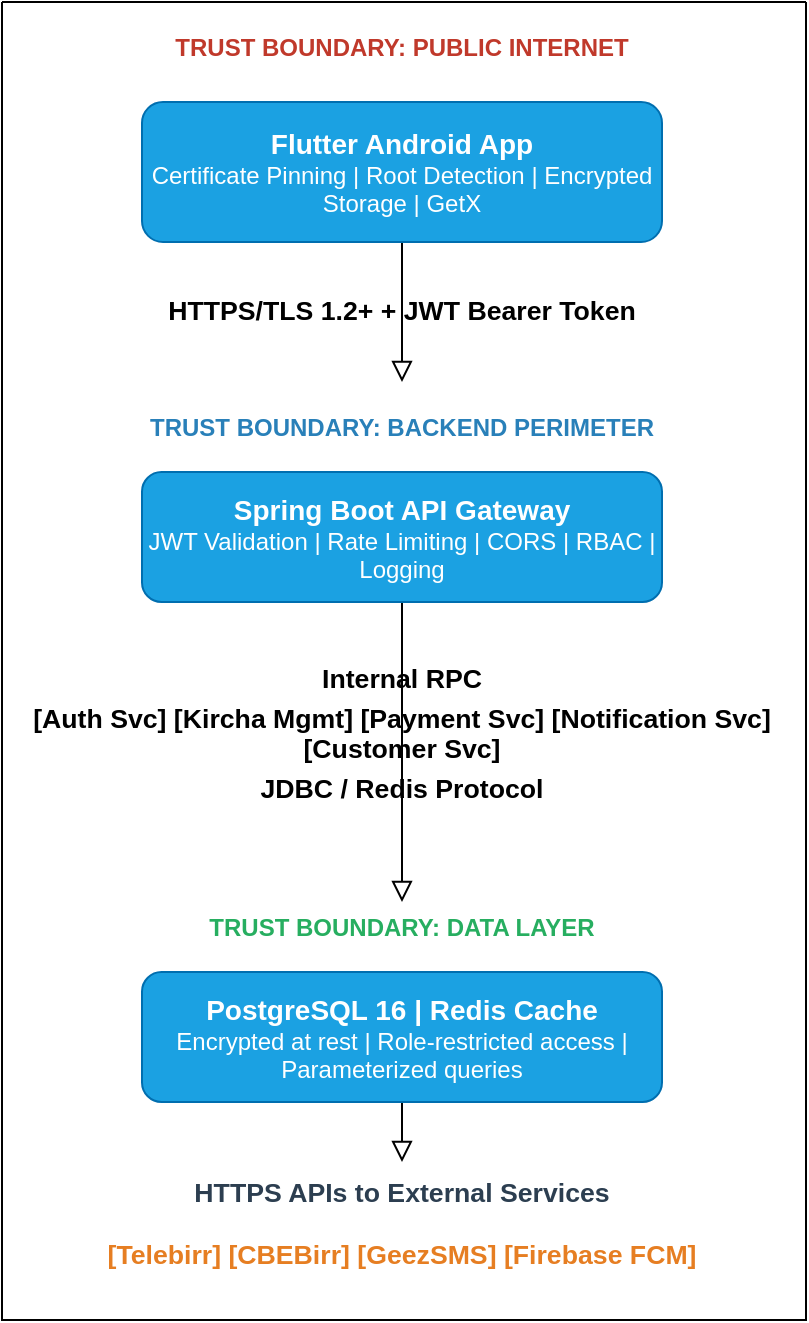
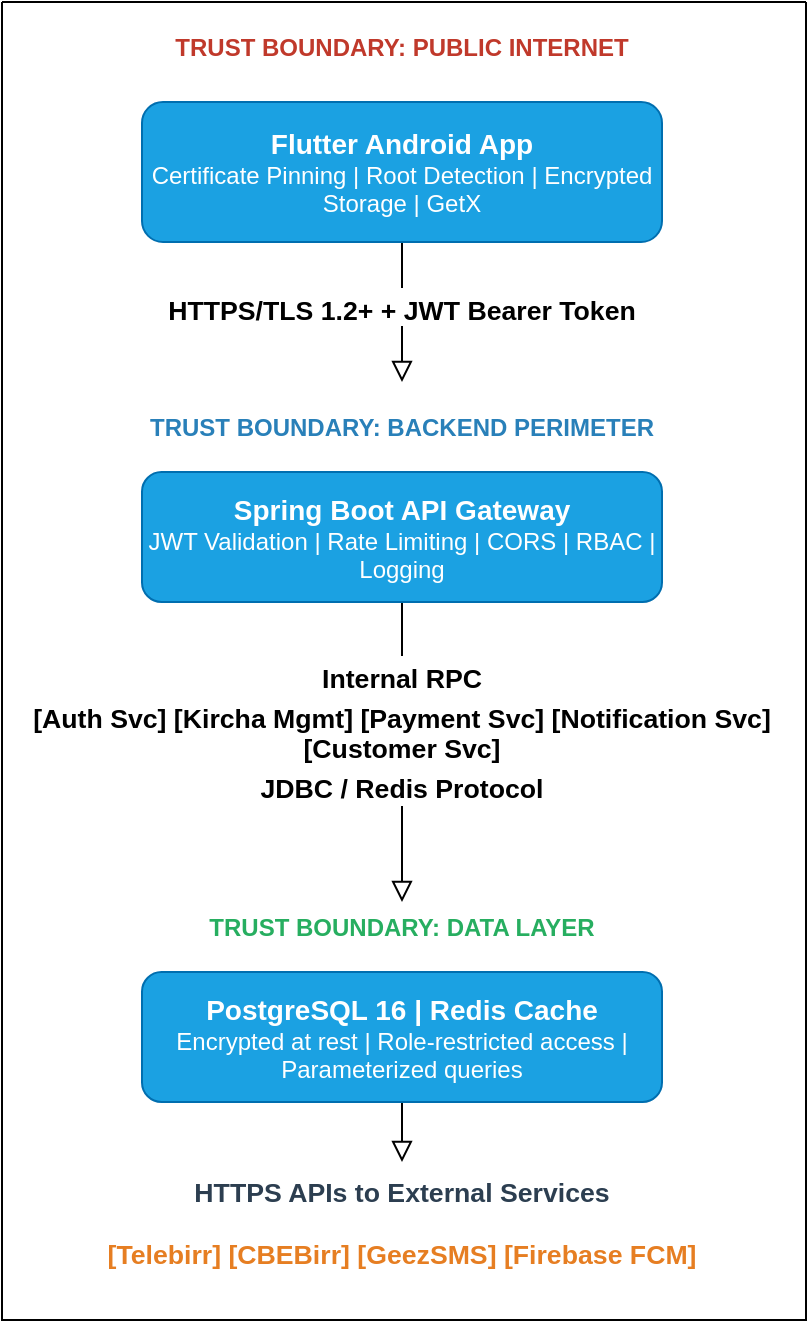
<mxfile host="app.diagrams.net">
  <diagram id="C5RBs43oDa-KdzZeNtuy" name="Page-1">
    <mxGraphModel dx="1030" dy="583" grid="0" gridSize="10" guides="1" tooltips="1" connect="1" arrows="1" fold="1" page="1" pageScale="1" pageWidth="827" pageHeight="1169" math="0" shadow="0">
      <root>
        <mxCell id="WIyWlLk6GJQsqaUBKTNV-0" />
        <mxCell id="WIyWlLk6GJQsqaUBKTNV-1" parent="WIyWlLk6GJQsqaUBKTNV-0" />
        <mxCell id="WIyWlLk6GJQsqaUBKTNV-2" edge="1" parent="WIyWlLk6GJQsqaUBKTNV-1" source="WIyWlLk6GJQsqaUBKTNV-3" style="rounded=0;html=1;jettySize=auto;orthogonalLoop=1;fontSize=11;endArrow=block;endFill=0;endSize=8;strokeWidth=1;shadow=0;labelBackgroundColor=none;edgeStyle=orthogonalEdgeStyle;entryX=0.5;entryY=0;entryDx=0;entryDy=0;" target="EC1OLnHcg-hDZEbeRDg6-5" value="">
          <mxGeometry relative="1" as="geometry">
            <mxPoint x="414" y="238" as="targetPoint" />
          </mxGeometry>
        </mxCell>
        <mxCell id="EC1OLnHcg-hDZEbeRDg6-1" connectable="0" parent="WIyWlLk6GJQsqaUBKTNV-2" style="edgeLabel;html=1;align=center;verticalAlign=middle;resizable=0;points=[];" value="&lt;p class=&quot;western&quot; align=&quot;center&quot; style=&quot;color: rgb(0, 0, 0); line-height: 14.6667px; text-align: left; margin-bottom: 0in; direction: ltr; background: transparent; font-family: Arial, serif; font-size: 11pt; white-space: normal; margin-top: 0.04in;&quot;&gt;&lt;br&gt;&lt;/p&gt;" vertex="1">
          <mxGeometry relative="1" x="-0.31" y="-2" as="geometry">
            <mxPoint x="2" y="12" as="offset" />
          </mxGeometry>
        </mxCell>
        <mxCell id="WIyWlLk6GJQsqaUBKTNV-3" parent="WIyWlLk6GJQsqaUBKTNV-1" style="rounded=1;whiteSpace=wrap;html=1;fontSize=12;glass=0;strokeWidth=1;shadow=0;fillColor=#1ba1e2;fontColor=#ffffff;strokeColor=#006EAF;" value="&lt;div&gt;&lt;b&gt;&lt;font style=&quot;font-size: 14px;&quot;&gt;Flutter Android App&lt;/font&gt;&lt;/b&gt;&lt;/div&gt;&lt;div&gt;Certificate Pinning | Root Detection | Encrypted Storage | GetX&lt;/div&gt;" vertex="1">
          <mxGeometry height="70" width="260" x="284" y="118" as="geometry" />
        </mxCell>
        <mxCell id="EC1OLnHcg-hDZEbeRDg6-0" parent="WIyWlLk6GJQsqaUBKTNV-1" style="text;html=1;whiteSpace=wrap;strokeColor=none;fillColor=none;align=center;verticalAlign=middle;rounded=0;" value="&lt;p class=&quot;western&quot; align=&quot;center&quot; style=&quot;color: rgb(0, 0, 0); line-height: 14.6667px; text-align: left; margin-bottom: 0in; direction: ltr; background: transparent; font-family: Arial, serif; font-size: 11pt;&quot;&gt;&lt;font color=&quot;#c0392b&quot;&gt;&lt;font style=&quot;font-size: 9pt;&quot;&gt;&lt;b&gt;TRUST BOUNDARY: PUBLIC INTERNET&lt;/b&gt;&lt;/font&gt;&lt;/font&gt;&lt;/p&gt;" vertex="1">
          <mxGeometry height="30" width="260" x="284" y="68" as="geometry" />
        </mxCell>
        <mxCell id="EC1OLnHcg-hDZEbeRDg6-2" edge="1" parent="WIyWlLk6GJQsqaUBKTNV-1" source="EC1OLnHcg-hDZEbeRDg6-4" style="rounded=0;html=1;jettySize=auto;orthogonalLoop=1;fontSize=11;endArrow=block;endFill=0;endSize=8;strokeWidth=1;shadow=0;labelBackgroundColor=none;edgeStyle=orthogonalEdgeStyle;" value="">
          <mxGeometry relative="1" as="geometry">
            <mxPoint x="414" y="518" as="targetPoint" />
          </mxGeometry>
        </mxCell>
        <mxCell id="EC1OLnHcg-hDZEbeRDg6-3" connectable="0" parent="EC1OLnHcg-hDZEbeRDg6-2" style="edgeLabel;html=1;align=center;verticalAlign=middle;resizable=0;points=[];" value="&lt;p class=&quot;western&quot; align=&quot;center&quot; style=&quot;color: rgb(0, 0, 0); line-height: 14.6667px; text-align: left; margin-bottom: 0in; direction: ltr; background: transparent; font-family: Arial, serif; font-size: 11pt; white-space: normal; margin-top: 0.04in;&quot;&gt;&lt;br&gt;&lt;/p&gt;" vertex="1">
          <mxGeometry relative="1" x="-0.31" y="-2" as="geometry">
            <mxPoint x="92" y="80" as="offset" />
          </mxGeometry>
        </mxCell>
        <mxCell id="EC1OLnHcg-hDZEbeRDg6-4" parent="WIyWlLk6GJQsqaUBKTNV-1" style="rounded=1;whiteSpace=wrap;html=1;fontSize=12;glass=0;strokeWidth=1;shadow=0;fillColor=#1ba1e2;fontColor=#ffffff;strokeColor=#006EAF;" value="&lt;div&gt;&lt;div&gt;&lt;span style=&quot;font-size: 14px;&quot;&gt;&lt;b&gt;Spring Boot API Gateway&lt;/b&gt;&lt;/span&gt;&lt;/div&gt;&lt;div&gt;&lt;font style=&quot;font-size: 12px;&quot;&gt;J&lt;font style=&quot;&quot;&gt;WT Validation | Rate Limiting | CORS | RBAC | Logging&lt;/font&gt;&lt;/font&gt;&lt;/div&gt;&lt;/div&gt;" vertex="1">
          <mxGeometry height="65" width="260" x="284" y="303" as="geometry" />
        </mxCell>
        <mxCell id="EC1OLnHcg-hDZEbeRDg6-5" parent="WIyWlLk6GJQsqaUBKTNV-1" style="text;html=1;whiteSpace=wrap;strokeColor=none;fillColor=none;align=center;verticalAlign=middle;rounded=0;" value="&lt;p class=&quot;western&quot; align=&quot;center&quot; style=&quot;color: rgb(0, 0, 0); line-height: 14.6667px; text-align: left; margin-bottom: 0in; direction: ltr; background: transparent; font-family: Arial, serif; font-size: 11pt;&quot;&gt;&lt;font color=&quot;#2980b9&quot;&gt;&lt;font style=&quot;font-size: 9pt;&quot;&gt;&lt;b&gt;TRUST BOUNDARY: BACKEND PERIMETER&lt;/b&gt;&lt;/font&gt;&lt;/font&gt;&lt;/p&gt;" vertex="1">
          <mxGeometry height="30" width="260" x="284" y="258" as="geometry" />
        </mxCell>
-         <mxCell id="EC1OLnHcg-hDZEbeRDg6-6" parent="WIyWlLk6GJQsqaUBKTNV-1" style="text;html=1;whiteSpace=wrap;strokeColor=none;fillColor=none;align=center;verticalAlign=middle;rounded=0;labelBackgroundColor=none;" value="&lt;p class=&quot;western&quot; style=&quot;color: rgb(0, 0, 0); line-height: 14.6667px; margin-bottom: 0in; direction: ltr; background-image: initial; background-position: initial; background-size: initial; background-repeat: initial; background-attachment: initial; background-origin: initial; background-clip: initial; font-family: Arial, serif; font-size: 11pt; margin-top: 0.04in;&quot;&gt;&lt;font&gt;&lt;font style=&quot;font-size: 10pt;&quot;&gt;&lt;b&gt;Internal RPC&lt;/b&gt;&lt;/font&gt;&lt;/font&gt;&lt;/p&gt;&lt;p class=&quot;western&quot; style=&quot;color: rgb(0, 0, 0); line-height: 14.6667px; margin-bottom: 0in; direction: ltr; background-image: initial; background-position: initial; background-size: initial; background-repeat: initial; background-attachment: initial; background-origin: initial; background-clip: initial; font-family: Arial, serif; font-size: 11pt; margin-top: 0.04in;&quot;&gt;&lt;b style=&quot;font-size: 10pt; color: light-dark(rgb(0, 0, 0), rgb(237, 237, 237));&quot;&gt;[Auth Svc] [Kircha Mgmt] [Payment Svc] [Notification Svc] [Customer Svc]&lt;/b&gt;&lt;/p&gt;&lt;p class=&quot;western&quot; style=&quot;color: rgb(0, 0, 0); line-height: 14.6667px; margin-bottom: 0in; direction: ltr; background-image: initial; background-position: initial; background-size: initial; background-repeat: initial; background-attachment: initial; background-origin: initial; background-clip: initial; font-family: Arial, serif; font-size: 11pt; margin-top: 0.04in;&quot;&gt;&lt;font&gt;&lt;font style=&quot;font-size: 10pt;&quot;&gt;&lt;b&gt;JDBC / Redis Protocol&lt;/b&gt;&lt;/font&gt;&lt;/font&gt;&lt;/p&gt;" vertex="1">
+         <mxCell id="EC1OLnHcg-hDZEbeRDg6-6" parent="WIyWlLk6GJQsqaUBKTNV-1" style="text;html=1;whiteSpace=wrap;strokeColor=none;fillColor=none;align=center;verticalAlign=middle;rounded=0;labelBackgroundColor=default;" value="&lt;p class=&quot;western&quot; style=&quot;color: rgb(0, 0, 0); line-height: 14.6667px; margin-bottom: 0in; direction: ltr; background-image: initial; background-position: initial; background-size: initial; background-repeat: initial; background-attachment: initial; background-origin: initial; background-clip: initial; font-family: Arial, serif; font-size: 11pt; margin-top: 0.04in;&quot;&gt;&lt;font&gt;&lt;font style=&quot;font-size: 10pt;&quot;&gt;&lt;b&gt;Internal RPC&lt;/b&gt;&lt;/font&gt;&lt;/font&gt;&lt;/p&gt;&lt;p class=&quot;western&quot; style=&quot;color: rgb(0, 0, 0); line-height: 14.6667px; margin-bottom: 0in; direction: ltr; background-image: initial; background-position: initial; background-size: initial; background-repeat: initial; background-attachment: initial; background-origin: initial; background-clip: initial; font-family: Arial, serif; font-size: 11pt; margin-top: 0.04in;&quot;&gt;&lt;b style=&quot;font-size: 10pt; color: light-dark(rgb(0, 0, 0), rgb(237, 237, 237));&quot;&gt;[Auth Svc] [Kircha Mgmt] [Payment Svc] [Notification Svc] [Customer Svc]&lt;/b&gt;&lt;/p&gt;&lt;p class=&quot;western&quot; style=&quot;color: rgb(0, 0, 0); line-height: 14.6667px; margin-bottom: 0in; direction: ltr; background-image: initial; background-position: initial; background-size: initial; background-repeat: initial; background-attachment: initial; background-origin: initial; background-clip: initial; font-family: Arial, serif; font-size: 11pt; margin-top: 0.04in;&quot;&gt;&lt;font&gt;&lt;font style=&quot;font-size: 10pt;&quot;&gt;&lt;b&gt;JDBC / Redis Protocol&lt;/b&gt;&lt;/font&gt;&lt;/font&gt;&lt;/p&gt;" vertex="1">
          <mxGeometry height="30" width="390" x="219" y="417" as="geometry" />
        </mxCell>
-         <mxCell id="EC1OLnHcg-hDZEbeRDg6-7" parent="WIyWlLk6GJQsqaUBKTNV-1" style="text;html=1;whiteSpace=wrap;strokeColor=none;fillColor=none;align=center;verticalAlign=middle;rounded=0;fontColor=default;labelBackgroundColor=none;" value="&lt;p class=&quot;western&quot; style=&quot;line-height: 14.6667px; margin-bottom: 0in; direction: ltr; background-image: initial; background-position: initial; background-size: initial; background-repeat: initial; background-attachment: initial; background-origin: initial; background-clip: initial; font-family: Arial, serif; font-size: 11pt; margin-top: 0.04in;&quot;&gt;&lt;b style=&quot;font-size: 13.3333px; text-align: left;&quot;&gt;HTTPS/TLS 1.2+ + JWT Bearer Token&lt;/b&gt;&lt;/p&gt;" vertex="1">
+         <mxCell id="EC1OLnHcg-hDZEbeRDg6-7" parent="WIyWlLk6GJQsqaUBKTNV-1" style="text;html=1;whiteSpace=wrap;strokeColor=none;fillColor=none;align=center;verticalAlign=middle;rounded=0;fontColor=default;labelBackgroundColor=default;" value="&lt;p class=&quot;western&quot; style=&quot;line-height: 14.6667px; margin-bottom: 0in; direction: ltr; background-image: initial; background-position: initial; background-size: initial; background-repeat: initial; background-attachment: initial; background-origin: initial; background-clip: initial; font-family: Arial, serif; font-size: 11pt; margin-top: 0.04in;&quot;&gt;&lt;b style=&quot;font-size: 13.3333px; text-align: left;&quot;&gt;HTTPS/TLS 1.2+ + JWT Bearer Token&lt;/b&gt;&lt;/p&gt;" vertex="1">
          <mxGeometry height="30" width="390" x="219" y="205" as="geometry" />
        </mxCell>
        <mxCell id="EC1OLnHcg-hDZEbeRDg6-8" edge="1" parent="WIyWlLk6GJQsqaUBKTNV-1" source="EC1OLnHcg-hDZEbeRDg6-10" style="rounded=0;html=1;jettySize=auto;orthogonalLoop=1;fontSize=11;endArrow=block;endFill=0;endSize=8;strokeWidth=1;shadow=0;labelBackgroundColor=none;edgeStyle=orthogonalEdgeStyle;" value="">
          <mxGeometry relative="1" as="geometry">
            <mxPoint x="414" y="648" as="targetPoint" />
          </mxGeometry>
        </mxCell>
        <mxCell id="EC1OLnHcg-hDZEbeRDg6-9" connectable="0" parent="EC1OLnHcg-hDZEbeRDg6-8" style="edgeLabel;html=1;align=center;verticalAlign=middle;resizable=0;points=[];" value="&lt;p class=&quot;western&quot; align=&quot;center&quot; style=&quot;color: rgb(0, 0, 0); line-height: 14.6667px; text-align: left; margin-bottom: 0in; direction: ltr; background: transparent; font-family: Arial, serif; font-size: 11pt; white-space: normal; margin-top: 0.04in;&quot;&gt;&lt;br&gt;&lt;/p&gt;" vertex="1">
          <mxGeometry relative="1" x="-0.31" y="-2" as="geometry">
            <mxPoint x="92" y="80" as="offset" />
          </mxGeometry>
        </mxCell>
        <mxCell id="EC1OLnHcg-hDZEbeRDg6-10" parent="WIyWlLk6GJQsqaUBKTNV-1" style="rounded=1;whiteSpace=wrap;html=1;fontSize=12;glass=0;strokeWidth=1;shadow=0;fillColor=#1ba1e2;fontColor=#ffffff;strokeColor=#006EAF;" value="&lt;div&gt;&lt;span style=&quot;font-size: 14px;&quot;&gt;&lt;b&gt;PostgreSQL 16 | Redis Cache&lt;/b&gt;&lt;/span&gt;&lt;/div&gt;&lt;div&gt;&lt;font style=&quot;font-size: 12px;&quot;&gt;Encrypted at rest | Role-restricted access | Parameterized queries&lt;/font&gt;&lt;/div&gt;" vertex="1">
          <mxGeometry height="65" width="260" x="284" y="553" as="geometry" />
        </mxCell>
        <mxCell id="EC1OLnHcg-hDZEbeRDg6-11" parent="WIyWlLk6GJQsqaUBKTNV-1" style="text;html=1;whiteSpace=wrap;strokeColor=none;fillColor=none;align=center;verticalAlign=middle;rounded=0;" value="&lt;p class=&quot;western&quot; align=&quot;center&quot; style=&quot;color: rgb(0, 0, 0); line-height: 14.6667px; text-align: left; margin-bottom: 0in; direction: ltr; background: transparent; font-family: Arial, serif; font-size: 11pt;&quot;&gt;&lt;font color=&quot;#27ae60&quot;&gt;&lt;font style=&quot;font-size: 9pt;&quot;&gt;&lt;b&gt;TRUST BOUNDARY: DATA LAYER&lt;/b&gt;&lt;/font&gt;&lt;/font&gt;&lt;/p&gt;" vertex="1">
          <mxGeometry height="30" width="260" x="284" y="508" as="geometry" />
        </mxCell>
        <mxCell id="EC1OLnHcg-hDZEbeRDg6-12" parent="WIyWlLk6GJQsqaUBKTNV-1" style="text;html=1;whiteSpace=wrap;strokeColor=none;fillColor=none;align=center;verticalAlign=middle;rounded=0;labelBackgroundColor=default;" value="&lt;p class=&quot;western&quot; style=&quot;color: rgb(0, 0, 0); line-height: 14.6667px; margin-bottom: 0in; direction: ltr; background: transparent; font-family: Arial, serif; font-size: 11pt; margin-top: 0.04in;&quot;&gt;&lt;font color=&quot;#2c3e50&quot;&gt;&lt;font style=&quot;font-size: 10pt;&quot;&gt;&lt;b&gt;HTTPS APIs to External Services&lt;/b&gt;&lt;/font&gt;&lt;/font&gt;&lt;/p&gt;&lt;p class=&quot;western&quot; style=&quot;color: rgb(0, 0, 0); line-height: 14.6667px; margin-bottom: 0in; direction: ltr; background: transparent; font-family: Arial, serif; font-size: 11pt;&quot;&gt;&lt;font color=&quot;#e67e22&quot;&gt;&lt;font style=&quot;font-size: 10pt;&quot;&gt;&lt;b&gt;[Telebirr] [CBEBirr] [GeezSMS] [Firebase FCM]&lt;/b&gt;&lt;/font&gt;&lt;/font&gt;&lt;/p&gt;" vertex="1">
          <mxGeometry height="30" width="390" x="219" y="662" as="geometry" />
        </mxCell>
        <mxCell id="EC1OLnHcg-hDZEbeRDg6-15" parent="WIyWlLk6GJQsqaUBKTNV-1" style="swimlane;startSize=0;" value="" vertex="1">
          <mxGeometry height="659" width="402" x="214" y="68" as="geometry" />
        </mxCell>
      </root>
    </mxGraphModel>
  </diagram>
</mxfile>
